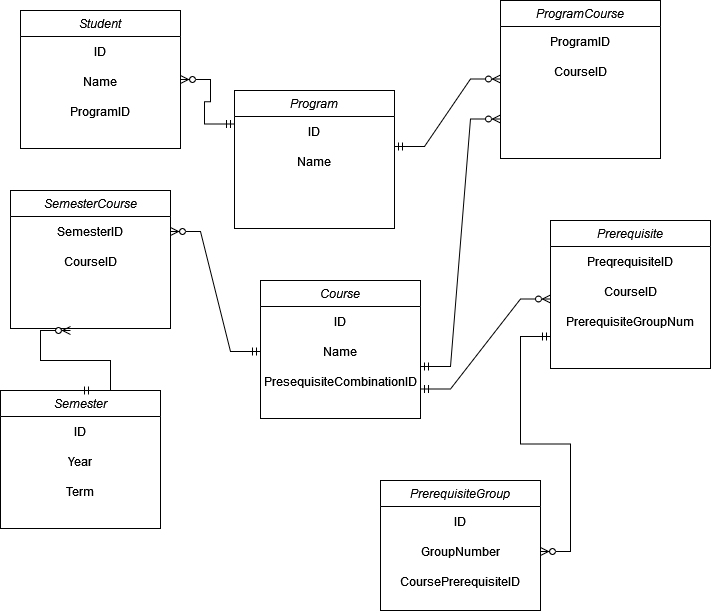
Above: Assignments/Assignment5.png in SonMinhNguyen2000/CSTP2104 (draw.io), before the change. Source tidied: cells renumbered, new cells last; positions are measured from the earlier drawing's top-left corner, leaving out a move shared by most shapes.
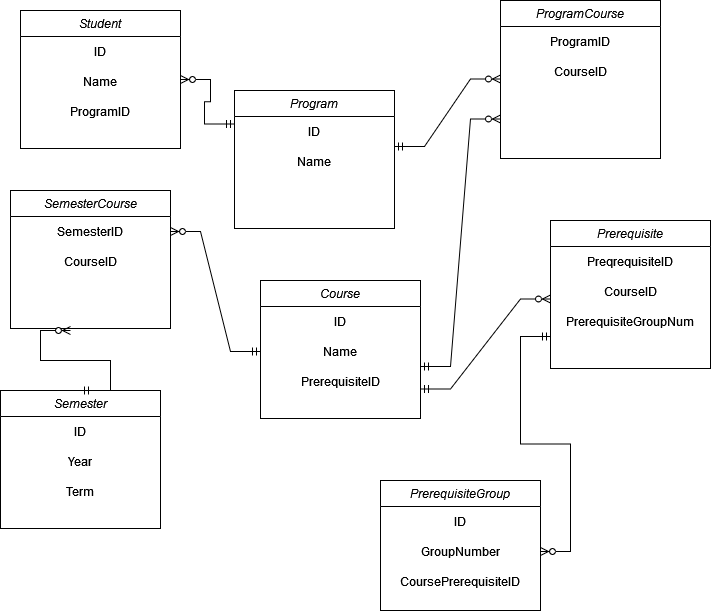
After the change.

The edit, as a diff of the source:
```diff
@@ -62,7 +62,7 @@
     <mxCell id="21" value="Name" style="text;html=1;strokeColor=none;fillColor=none;align=center;verticalAlign=middle;whiteSpace=wrap;rounded=0;" parent="19" vertex="1">
       <mxGeometry y="56" width="160" height="30" as="geometry" />
     </mxCell>
-    <mxCell id="22" value="PresequisiteCombinationID" style="text;html=1;strokeColor=none;fillColor=none;align=center;verticalAlign=middle;whiteSpace=wrap;rounded=0;" parent="19" vertex="1">
+    <mxCell id="22" value="PrerequisiteID" style="text;html=1;strokeColor=none;fillColor=none;align=center;verticalAlign=middle;whiteSpace=wrap;rounded=0;" parent="19" vertex="1">
       <mxGeometry y="86" width="160" height="30" as="geometry" />
     </mxCell>
     <mxCell id="23" value="Prerequisite" style="swimlane;fontStyle=2;align=center;verticalAlign=top;horizontal=1;startSize=26;rounded=0;shadow=0;strokeWidth=1;" parent="1" vertex="1">
```
